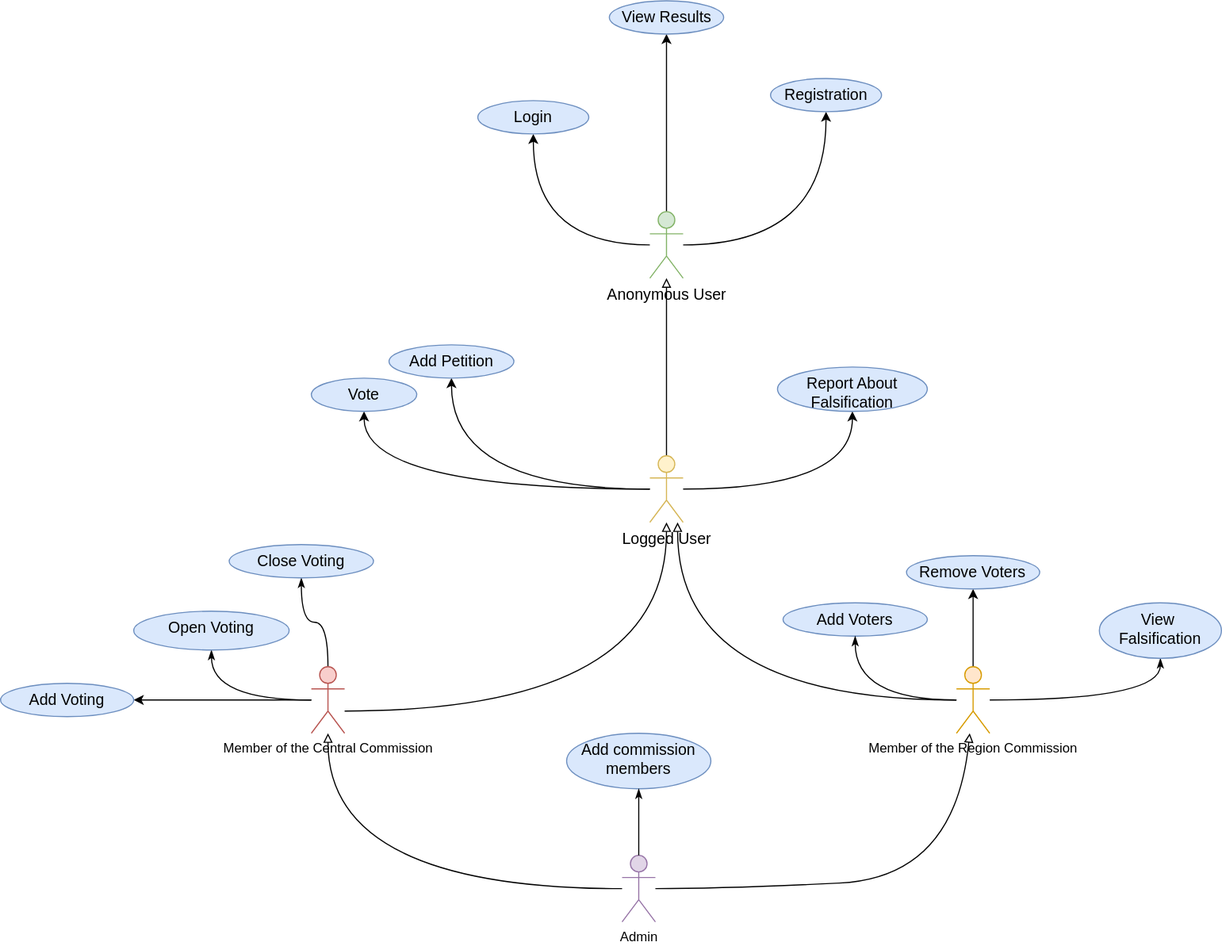
The draw.io diagram documentation/UMLDiagrams/src/VotingSystem_v2.svg in Scopics/Voting-system, before a commit. Source tidied: cells renumbered, new cells last; positions are measured from the earlier drawing's top-left corner, leaving out a move shared by most shapes. Source of this version:
```xml
<mxGraphModel>
  <root>
    <mxCell id="0" />
    <mxCell id="1" parent="0" />
    <mxCell id="2" style="edgeStyle=orthogonalEdgeStyle;curved=1;jettySize=auto;html=1;endArrow=classicThin;endFill=1;" parent="1" edge="1" source="5" target="11">
      <mxGeometry relative="1" as="geometry" />
    </mxCell>
    <mxCell id="3" style="edgeStyle=orthogonalEdgeStyle;curved=1;jettySize=auto;html=1;endArrow=classicThin;endFill=1;" parent="1" edge="1" source="5" target="12">
      <mxGeometry relative="1" as="geometry" />
    </mxCell>
    <mxCell id="4" style="edgeStyle=orthogonalEdgeStyle;rounded=0;jettySize=auto;html=1;" parent="1" edge="1" source="5" target="36">
      <mxGeometry relative="1" as="geometry" />
    </mxCell>
    <mxCell id="5" value="Member of the Central Commission" style="shape=umlActor;verticalLabelPosition=bottom;verticalAlign=top;html=1;outlineConnect=0;fillColor=#f8cecc;strokeColor=#b85450;" parent="1" vertex="1">
      <mxGeometry x="280" y="600" width="30" height="60" as="geometry" />
    </mxCell>
    <mxCell id="6" style="edgeStyle=orthogonalEdgeStyle;curved=1;jettySize=auto;html=1;endArrow=classicThin;endFill=1;" parent="1" edge="1" source="9" target="10">
      <mxGeometry relative="1" as="geometry" />
    </mxCell>
    <mxCell id="7" style="edgeStyle=orthogonalEdgeStyle;curved=1;jettySize=auto;html=1;endArrow=block;endFill=0;" parent="1" edge="1" source="9" target="17">
      <mxGeometry relative="1" as="geometry">
        <Array as="points">
          <mxPoint x="610" y="630" />
        </Array>
      </mxGeometry>
    </mxCell>
    <mxCell id="8" style="edgeStyle=orthogonalEdgeStyle;rounded=0;jettySize=auto;html=1;" parent="1" edge="1" source="9" target="37">
      <mxGeometry relative="1" as="geometry" />
    </mxCell>
    <mxCell id="9" value="Member of the Region Commission" style="shape=umlActor;verticalLabelPosition=bottom;verticalAlign=top;html=1;outlineConnect=0;fillColor=#ffe6cc;strokeColor=#d79b00;" parent="1" vertex="1">
      <mxGeometry x="861.2" y="600" width="30" height="60" as="geometry" />
    </mxCell>
    <mxCell id="10" value="&lt;span style=&quot;font-family: sans-serif ; font-size: 14px&quot;&gt;View&amp;nbsp; Falsification&lt;/span&gt;" style="ellipse;whiteSpace=wrap;html=1;verticalAlign=top;fillColor=#dae8fc;strokeColor=#6c8ebf;" parent="1" vertex="1">
      <mxGeometry x="990" y="542.5" width="110" height="50" as="geometry" />
    </mxCell>
    <mxCell id="11" value="&lt;span style=&quot;font-family: sans-serif ; font-size: 14px&quot;&gt;Close Voting&lt;/span&gt;" style="ellipse;whiteSpace=wrap;html=1;verticalAlign=top;fillColor=#dae8fc;strokeColor=#6c8ebf;" parent="1" vertex="1">
      <mxGeometry x="206" y="490" width="130" height="30" as="geometry" />
    </mxCell>
    <mxCell id="12" value="&lt;span style=&quot;font-family: sans-serif ; font-size: 14px&quot;&gt;Open Voting&lt;/span&gt;" style="ellipse;whiteSpace=wrap;html=1;verticalAlign=top;fillColor=#dae8fc;strokeColor=#6c8ebf;" parent="1" vertex="1">
      <mxGeometry x="120" y="550" width="140" height="35" as="geometry" />
    </mxCell>
    <mxCell id="13" style="edgeStyle=orthogonalEdgeStyle;curved=1;jettySize=auto;html=1;endArrow=classic;endFill=1;" parent="1" edge="1" source="17" target="18">
      <mxGeometry relative="1" as="geometry" />
    </mxCell>
    <mxCell id="14" style="edgeStyle=orthogonalEdgeStyle;curved=1;jettySize=auto;html=1;endArrow=classic;endFill=1;" parent="1" edge="1" source="17" target="19">
      <mxGeometry relative="1" as="geometry" />
    </mxCell>
    <mxCell id="15" style="edgeStyle=orthogonalEdgeStyle;curved=1;jettySize=auto;html=1;endArrow=classic;endFill=1;" parent="1" edge="1" source="17" target="20">
      <mxGeometry relative="1" as="geometry" />
    </mxCell>
    <mxCell id="16" style="edgeStyle=orthogonalEdgeStyle;rounded=0;jettySize=auto;html=1;endArrow=block;endFill=0;" parent="1" edge="1" source="17" target="24">
      <mxGeometry relative="1" as="geometry" />
    </mxCell>
    <mxCell id="17" value="&lt;span style=&quot;font-family: sans-serif ; font-size: 14px&quot;&gt;Logged User&lt;/span&gt;" style="shape=umlActor;verticalLabelPosition=bottom;verticalAlign=top;html=1;outlineConnect=0;fillColor=#fff2cc;strokeColor=#d6b656;" parent="1" vertex="1">
      <mxGeometry x="585" y="410" width="30" height="60" as="geometry" />
    </mxCell>
    <mxCell id="18" value="&lt;span style=&quot;font-family: sans-serif ; font-size: 14px&quot;&gt;Vote&lt;/span&gt;" style="ellipse;whiteSpace=wrap;html=1;verticalAlign=top;fillColor=#dae8fc;strokeColor=#6c8ebf;" parent="1" vertex="1">
      <mxGeometry x="280" y="340" width="95" height="30" as="geometry" />
    </mxCell>
    <mxCell id="19" value="&lt;span style=&quot;font-family: sans-serif ; font-size: 14px&quot;&gt;Report About Falsification&lt;/span&gt;" style="ellipse;whiteSpace=wrap;html=1;verticalAlign=top;fillColor=#dae8fc;strokeColor=#6c8ebf;" parent="1" vertex="1">
      <mxGeometry x="700" y="330" width="135" height="40" as="geometry" />
    </mxCell>
    <mxCell id="20" value="&lt;span style=&quot;font-family: sans-serif ; font-size: 14px&quot;&gt;Add Petition&lt;/span&gt;" style="ellipse;whiteSpace=wrap;html=1;verticalAlign=top;fillColor=#dae8fc;strokeColor=#6c8ebf;" parent="1" vertex="1">
      <mxGeometry x="350" y="310" width="112.5" height="30" as="geometry" />
    </mxCell>
    <mxCell id="21" style="edgeStyle=orthogonalEdgeStyle;curved=1;jettySize=auto;html=1;endArrow=classic;endFill=1;" parent="1" edge="1" source="24" target="25">
      <mxGeometry relative="1" as="geometry" />
    </mxCell>
    <mxCell id="22" style="edgeStyle=orthogonalEdgeStyle;curved=1;jettySize=auto;html=1;endArrow=classic;endFill=1;" parent="1" edge="1" source="24" target="26">
      <mxGeometry relative="1" as="geometry" />
    </mxCell>
    <mxCell id="23" style="edgeStyle=orthogonalEdgeStyle;curved=1;jettySize=auto;html=1;endArrow=classic;endFill=1;entryX=0.5;entryY=1;entryDx=0;entryDy=0;" parent="1" edge="1" source="24" target="27">
      <mxGeometry relative="1" as="geometry" />
    </mxCell>
    <mxCell id="24" value="&lt;span style=&quot;color: rgb(0 , 0 , 0) ; font-family: sans-serif ; font-size: 14px ; font-style: normal ; font-weight: 400 ; letter-spacing: normal ; text-indent: 0px ; text-transform: none ; word-spacing: 0px ; display: inline ; float: none&quot;&gt;Anonymous User&lt;/span&gt;&lt;br&gt;" style="shape=umlActor;verticalLabelPosition=bottom;verticalAlign=top;html=1;outlineConnect=0;fillColor=#d5e8d4;strokeColor=#82b366;" parent="1" vertex="1">
      <mxGeometry x="585" y="190" width="30" height="60" as="geometry" />
    </mxCell>
    <mxCell id="25" value="&lt;span style=&quot;font-family: sans-serif ; font-size: 14px&quot;&gt;View Results&lt;/span&gt;" style="ellipse;whiteSpace=wrap;html=1;verticalAlign=top;fillColor=#dae8fc;strokeColor=#6c8ebf;" parent="1" vertex="1">
      <mxGeometry x="548.5" width="103" height="30" as="geometry" />
    </mxCell>
    <mxCell id="26" value="&lt;span style=&quot;font-family: sans-serif ; font-size: 14px&quot;&gt;Registration&lt;/span&gt;" style="ellipse;whiteSpace=wrap;html=1;verticalAlign=top;fillColor=#dae8fc;strokeColor=#6c8ebf;" parent="1" vertex="1">
      <mxGeometry x="693.8" y="70" width="100" height="30" as="geometry" />
    </mxCell>
    <mxCell id="27" value="&lt;span style=&quot;font-family: sans-serif ; font-size: 14px&quot;&gt;Login&lt;/span&gt;" style="ellipse;whiteSpace=wrap;html=1;verticalAlign=top;fillColor=#dae8fc;strokeColor=#6c8ebf;" parent="1" vertex="1">
      <mxGeometry x="430" y="90" width="100" height="30" as="geometry" />
    </mxCell>
    <mxCell id="28" value="Admin" style="shape=umlActor;verticalLabelPosition=bottom;verticalAlign=top;html=1;outlineConnect=0;fillColor=#e1d5e7;strokeColor=#9673a6;" parent="1" vertex="1">
      <mxGeometry x="560" y="770" width="30" height="60" as="geometry" />
    </mxCell>
    <mxCell id="29" style="edgeStyle=orthogonalEdgeStyle;jettySize=auto;html=1;curved=1;endArrow=block;endFill=0;" parent="1" edge="1" source="28" target="5">
      <mxGeometry relative="1" as="geometry" />
    </mxCell>
    <mxCell id="30" value="&lt;font face=&quot;sans-serif&quot;&gt;&lt;span style=&quot;font-size: 14px&quot;&gt;Add&amp;nbsp;&lt;/span&gt;&lt;span style=&quot;font-size: 14px&quot;&gt;commission members&lt;/span&gt;&lt;/font&gt;" style="ellipse;whiteSpace=wrap;html=1;verticalAlign=top;fillColor=#dae8fc;strokeColor=#6c8ebf;" parent="1" vertex="1">
      <mxGeometry x="510" y="660" width="130" height="50" as="geometry" />
    </mxCell>
    <mxCell id="31" style="edgeStyle=orthogonalEdgeStyle;curved=1;jettySize=auto;html=1;endArrow=classicThin;endFill=1;" parent="1" edge="1" source="28" target="30">
      <mxGeometry relative="1" as="geometry" />
    </mxCell>
    <mxCell id="32" value="&lt;font face=&quot;sans-serif&quot;&gt;&lt;span style=&quot;font-size: 14px&quot;&gt;Add Voters&lt;br&gt;&lt;/span&gt;&lt;/font&gt;" style="ellipse;whiteSpace=wrap;html=1;verticalAlign=top;fillColor=#dae8fc;strokeColor=#6c8ebf;" parent="1" vertex="1">
      <mxGeometry x="705" y="542.5" width="130" height="30" as="geometry" />
    </mxCell>
    <mxCell id="33" style="edgeStyle=orthogonalEdgeStyle;curved=1;jettySize=auto;html=1;endArrow=classicThin;endFill=1;" parent="1" edge="1" source="9" target="32">
      <mxGeometry relative="1" as="geometry" />
    </mxCell>
    <mxCell id="34" style="curved=1;endArrow=block;html=1;endFill=0;" parent="1" edge="1" source="28" target="9">
      <mxGeometry relative="1" as="geometry">
        <Array as="points">
          <mxPoint x="651.5" y="800" />
          <mxPoint x="860" y="790" />
        </Array>
      </mxGeometry>
    </mxCell>
    <mxCell id="35" style="edgeStyle=orthogonalEdgeStyle;curved=1;jettySize=auto;html=1;endArrow=block;endFill=0;" parent="1" edge="1" source="5" target="17">
      <mxGeometry relative="1" as="geometry">
        <Array as="points">
          <mxPoint x="600" y="640" />
        </Array>
      </mxGeometry>
    </mxCell>
    <mxCell id="36" value="&lt;font face=&quot;sans-serif&quot;&gt;&lt;span style=&quot;font-size: 14px&quot;&gt;Add Voting&lt;/span&gt;&lt;/font&gt;" style="ellipse;whiteSpace=wrap;html=1;verticalAlign=top;strokeColor=#6c8ebf;fillColor=#dae8fc;" parent="1" vertex="1">
      <mxGeometry y="615" width="120" height="30" as="geometry" />
    </mxCell>
    <mxCell id="37" value="&lt;span style=&quot;font-family: sans-serif ; font-size: 14px&quot;&gt;Remove Voters&lt;/span&gt;" style="ellipse;whiteSpace=wrap;html=1;verticalAlign=top;strokeColor=#6c8ebf;fillColor=#dae8fc;" parent="1" vertex="1">
      <mxGeometry x="816.2" y="500" width="120" height="30" as="geometry" />
    </mxCell>
  </root>
</mxGraphModel>
```
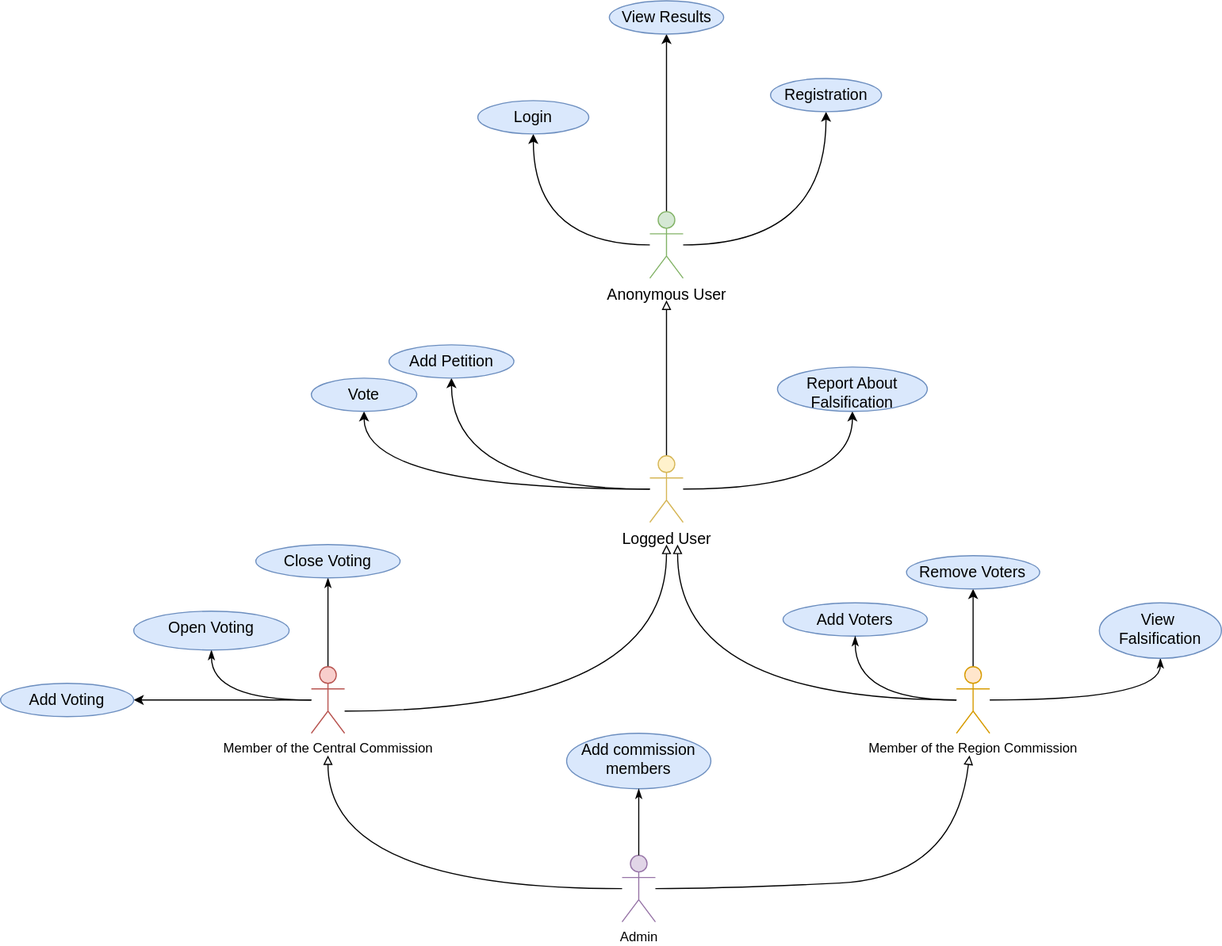
Above is the later version.

Commit message:
Update UML diagram

The edit, as a diff of the source:
```diff
@@ -2,7 +2,7 @@
   <root>
     <mxCell id="0" />
     <mxCell id="1" parent="0" />
-    <mxCell id="2" style="edgeStyle=orthogonalEdgeStyle;curved=1;jettySize=auto;html=1;endArrow=classicThin;endFill=1;" parent="1" edge="1" source="5" target="11">
+    <mxCell id="2" style="jettySize=auto;html=1;endArrow=classicThin;endFill=1;exitX=0.5;exitY=0;exitDx=0;exitDy=0;exitPerimeter=0;entryX=0.5;entryY=1;entryDx=0;entryDy=0;" parent="1" edge="1" source="5" target="11">
       <mxGeometry relative="1" as="geometry" />
     </mxCell>
     <mxCell id="3" style="edgeStyle=orthogonalEdgeStyle;curved=1;jettySize=auto;html=1;endArrow=classicThin;endFill=1;" parent="1" edge="1" source="5" target="12">
@@ -17,8 +17,9 @@
     <mxCell id="6" style="edgeStyle=orthogonalEdgeStyle;curved=1;jettySize=auto;html=1;endArrow=classicThin;endFill=1;" parent="1" edge="1" source="9" target="10">
       <mxGeometry relative="1" as="geometry" />
     </mxCell>
-    <mxCell id="7" style="edgeStyle=orthogonalEdgeStyle;curved=1;jettySize=auto;html=1;endArrow=block;endFill=0;" parent="1" edge="1" source="9" target="17">
+    <mxCell id="7" style="edgeStyle=orthogonalEdgeStyle;curved=1;jettySize=auto;html=1;endArrow=block;endFill=0;" parent="1" edge="1" source="9">
       <mxGeometry relative="1" as="geometry">
+        <mxPoint x="610" y="490" as="targetPoint" />
         <Array as="points">
           <mxPoint x="610" y="630" />
         </Array>
@@ -34,7 +35,7 @@
       <mxGeometry x="990" y="542.5" width="110" height="50" as="geometry" />
     </mxCell>
     <mxCell id="11" value="&lt;span style=&quot;font-family: sans-serif ; font-size: 14px&quot;&gt;Close Voting&lt;/span&gt;" style="ellipse;whiteSpace=wrap;html=1;verticalAlign=top;fillColor=#dae8fc;strokeColor=#6c8ebf;" parent="1" vertex="1">
-      <mxGeometry x="206" y="490" width="130" height="30" as="geometry" />
+      <mxGeometry x="230" y="490" width="130" height="30" as="geometry" />
     </mxCell>
     <mxCell id="12" value="&lt;span style=&quot;font-family: sans-serif ; font-size: 14px&quot;&gt;Open Voting&lt;/span&gt;" style="ellipse;whiteSpace=wrap;html=1;verticalAlign=top;fillColor=#dae8fc;strokeColor=#6c8ebf;" parent="1" vertex="1">
       <mxGeometry x="120" y="550" width="140" height="35" as="geometry" />
@@ -48,8 +49,10 @@
     <mxCell id="15" style="edgeStyle=orthogonalEdgeStyle;curved=1;jettySize=auto;html=1;endArrow=classic;endFill=1;" parent="1" edge="1" source="17" target="20">
       <mxGeometry relative="1" as="geometry" />
     </mxCell>
-    <mxCell id="16" style="edgeStyle=orthogonalEdgeStyle;rounded=0;jettySize=auto;html=1;endArrow=block;endFill=0;" parent="1" edge="1" source="17" target="24">
-      <mxGeometry relative="1" as="geometry" />
+    <mxCell id="16" style="edgeStyle=orthogonalEdgeStyle;rounded=0;jettySize=auto;html=1;endArrow=block;endFill=0;" parent="1" edge="1" source="17">
+      <mxGeometry relative="1" as="geometry">
+        <mxPoint x="600" y="270" as="targetPoint" />
+      </mxGeometry>
     </mxCell>
     <mxCell id="17" value="&lt;span style=&quot;font-family: sans-serif ; font-size: 14px&quot;&gt;Logged User&lt;/span&gt;" style="shape=umlActor;verticalLabelPosition=bottom;verticalAlign=top;html=1;outlineConnect=0;fillColor=#fff2cc;strokeColor=#d6b656;" parent="1" vertex="1">
       <mxGeometry x="585" y="410" width="30" height="60" as="geometry" />
@@ -87,8 +90,10 @@
     <mxCell id="28" value="Admin" style="shape=umlActor;verticalLabelPosition=bottom;verticalAlign=top;html=1;outlineConnect=0;fillColor=#e1d5e7;strokeColor=#9673a6;" parent="1" vertex="1">
       <mxGeometry x="560" y="770" width="30" height="60" as="geometry" />
     </mxCell>
-    <mxCell id="29" style="edgeStyle=orthogonalEdgeStyle;jettySize=auto;html=1;curved=1;endArrow=block;endFill=0;" parent="1" edge="1" source="28" target="5">
-      <mxGeometry relative="1" as="geometry" />
+    <mxCell id="29" style="edgeStyle=orthogonalEdgeStyle;jettySize=auto;html=1;curved=1;endArrow=block;endFill=0;" parent="1" edge="1" source="28">
+      <mxGeometry relative="1" as="geometry">
+        <mxPoint x="295" y="680" as="targetPoint" />
+      </mxGeometry>
     </mxCell>
     <mxCell id="30" value="&lt;font face=&quot;sans-serif&quot;&gt;&lt;span style=&quot;font-size: 14px&quot;&gt;Add&amp;nbsp;&lt;/span&gt;&lt;span style=&quot;font-size: 14px&quot;&gt;commission members&lt;/span&gt;&lt;/font&gt;" style="ellipse;whiteSpace=wrap;html=1;verticalAlign=top;fillColor=#dae8fc;strokeColor=#6c8ebf;" parent="1" vertex="1">
       <mxGeometry x="510" y="660" width="130" height="50" as="geometry" />
@@ -102,16 +107,18 @@
     <mxCell id="33" style="edgeStyle=orthogonalEdgeStyle;curved=1;jettySize=auto;html=1;endArrow=classicThin;endFill=1;" parent="1" edge="1" source="9" target="32">
       <mxGeometry relative="1" as="geometry" />
     </mxCell>
-    <mxCell id="34" style="curved=1;endArrow=block;html=1;endFill=0;" parent="1" edge="1" source="28" target="9">
+    <mxCell id="34" style="curved=1;endArrow=block;html=1;endFill=0;" parent="1" edge="1" source="28">
       <mxGeometry relative="1" as="geometry">
+        <mxPoint x="873" y="680" as="targetPoint" />
         <Array as="points">
           <mxPoint x="651.5" y="800" />
           <mxPoint x="860" y="790" />
         </Array>
       </mxGeometry>
     </mxCell>
-    <mxCell id="35" style="edgeStyle=orthogonalEdgeStyle;curved=1;jettySize=auto;html=1;endArrow=block;endFill=0;" parent="1" edge="1" source="5" target="17">
+    <mxCell id="35" style="edgeStyle=orthogonalEdgeStyle;curved=1;jettySize=auto;html=1;endArrow=block;endFill=0;" parent="1" edge="1" source="5">
       <mxGeometry relative="1" as="geometry">
+        <mxPoint x="600" y="490" as="targetPoint" />
         <Array as="points">
           <mxPoint x="600" y="640" />
         </Array>
```
